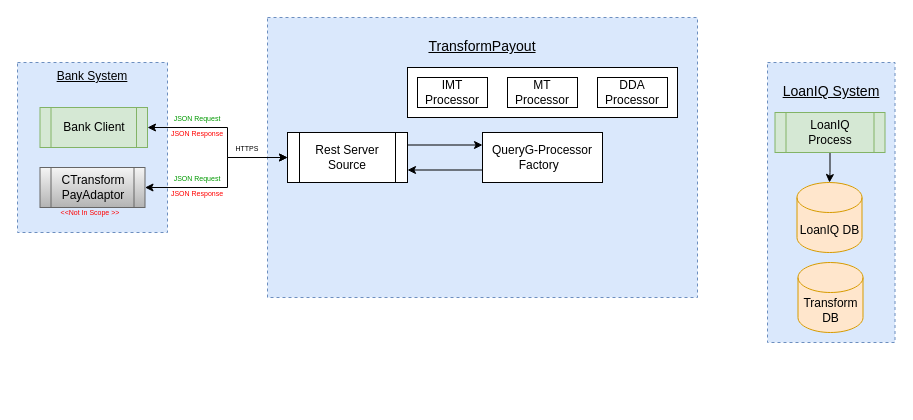
This is page "Page-5" (5 of 5) of NFR_Reliability.drawio from thrivikramarajarao/easy_test_domain, a draw.io file, before an edit. Source tidied: cells renumbered, new cells numbered last; positions are measured from the earlier drawing's top-left corner, leaving out a move shared by most shapes. Both pictures are drawn from the tidied source at 100%, with x=0, y=0 at pixel (17, 17).
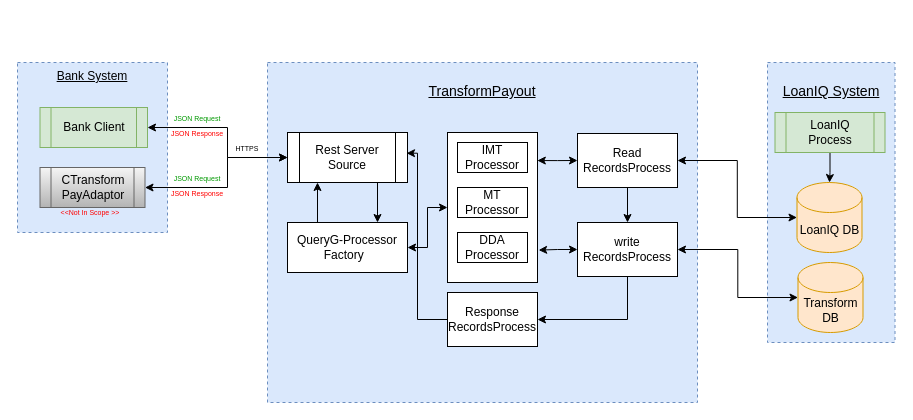
After the change.

Unchanged cells that the change refers to:
```xml
<mxCell id="7" value="LoanIQ DB" style="shape=cylinder3;whiteSpace=wrap;html=1;boundedLbl=1;backgroundOutline=1;size=15;fillColor=#ffe6cc;strokeColor=#d79b00;" parent="1" vertex="1">
  <mxGeometry x="779.5" y="165" width="65" height="70" as="geometry" />
</mxCell>
<mxCell id="8" value="Transform&lt;br&gt;DB" style="shape=cylinder3;whiteSpace=wrap;html=1;boundedLbl=1;backgroundOutline=1;size=15;fillColor=#ffe6cc;strokeColor=#d79b00;" parent="1" vertex="1">
  <mxGeometry x="780.5" y="245" width="65" height="70" as="geometry" />
</mxCell>
<mxCell id="11" value="Rest Server Source" style="shape=process;whiteSpace=wrap;html=1;backgroundOutline=1;fontFamily=Helvetica;verticalAlign=middle;" parent="1" vertex="1">
  <mxGeometry x="270" y="115" width="120" height="50" as="geometry" />
</mxCell>
```

What changed in the source:
```diff
@@
     <mxCell id="2" value="&lt;h3&gt;&lt;span style=&quot;font-weight: normal&quot;&gt;TransformPayout&lt;/span&gt;&lt;/h3&gt;" style="rounded=0;whiteSpace=wrap;html=1;fillColor=#dae8fc;strokeColor=#6c8ebf;verticalAlign=top;fontStyle=4;dashed=1;" parent="1" vertex="1">
-      <mxGeometry x="250" width="430" height="280" as="geometry" />
+      <mxGeometry x="250" y="45" width="430" height="340" as="geometry" />
     </mxCell>
+    <mxCell id="27" style="edgeStyle=orthogonalEdgeStyle;rounded=0;jettySize=auto;html=1;exitX=0.998;exitY=0.187;exitDx=0;exitDy=0;entryX=0;entryY=0.5;entryDx=0;entryDy=0;fontFamily=Helvetica;fontSize=12;fontColor=#000000;startArrow=classic;startFill=1;endArrow=classic;endFill=1;exitPerimeter=0;" parent="1" edge="1" source="3" target="31">
+      <mxGeometry relative="1" as="geometry" />
+    </mxCell>
     <mxCell id="3" style="rounded=0;whiteSpace=wrap;html=1;fontFamily=Helvetica;fontSize=12;fontColor=#000000;align=center;verticalAlign=middle;" parent="1" vertex="1">
-      <mxGeometry x="390" y="50" width="270" height="50" as="geometry" />
+      <mxGeometry x="430" y="115" width="90" height="150" as="geometry" />
     </mxCell>
@@
-    <mxCell id="9" style="edgeStyle=orthogonalEdgeStyle;rounded=0;jettySize=auto;html=1;entryX=0;entryY=0.25;entryDx=0;entryDy=0;fontFamily=Helvetica;fontSize=12;fontColor=#000000;startArrow=none;startFill=0;exitX=1;exitY=0.25;exitDx=0;exitDy=0;" parent="1" edge="1" source="11" target="23">
+    <mxCell id="9" style="edgeStyle=orthogonalEdgeStyle;rounded=0;jettySize=auto;html=1;entryX=0.75;entryY=0;entryDx=0;entryDy=0;fontFamily=Helvetica;fontSize=12;fontColor=#000000;startArrow=none;startFill=0;exitX=0.75;exitY=1;exitDx=0;exitDy=0;" parent="1" edge="1" source="11" target="23">
       <mxGeometry relative="1" as="geometry" />
     </mxCell>
-    <mxCell id="10" style="edgeStyle=orthogonalEdgeStyle;rounded=0;jettySize=auto;html=1;exitX=1;exitY=0.75;exitDx=0;exitDy=0;entryX=0;entryY=0.75;entryDx=0;entryDy=0;fontFamily=Helvetica;fontSize=12;fontColor=#000000;startArrow=classic;startFill=1;endArrow=none;endFill=0;" parent="1" edge="1" source="11" target="23">
-      <mxGeometry relative="1" as="geometry" />
+    <mxCell id="10" style="edgeStyle=orthogonalEdgeStyle;rounded=0;jettySize=auto;html=1;entryX=0.25;entryY=0;entryDx=0;entryDy=0;fontFamily=Helvetica;fontSize=12;fontColor=#000000;startArrow=classic;startFill=1;endArrow=none;endFill=0;" parent="1" edge="1" target="23">
+      <mxGeometry relative="1" as="geometry">
+        <mxPoint x="300" y="165" as="sourcePoint" />
+        <Array as="points">
+          <mxPoint x="300" y="165" />
+        </Array>
+      </mxGeometry>
     </mxCell>
@@
+    <mxCell id="28" style="edgeStyle=orthogonalEdgeStyle;rounded=0;jettySize=auto;html=1;entryX=0;entryY=0.5;entryDx=0;entryDy=0;fontFamily=Helvetica;fontSize=12;fontColor=#000000;startArrow=classic;startFill=1;endArrow=classic;endFill=1;" parent="1" edge="1" source="23" target="3">
+      <mxGeometry relative="1" as="geometry" />
+    </mxCell>
     <mxCell id="23" value="&lt;font color=&quot;#000000&quot; style=&quot;font-size: 12px&quot;&gt;QueryG-Processor Factory&amp;nbsp;&amp;nbsp;&lt;/font&gt;" style="rounded=0;whiteSpace=wrap;html=1;fontFamily=Helvetica;fontSize=12;fontColor=#009900;align=center;verticalAlign=middle;" parent="1" vertex="1">
-      <mxGeometry x="465" y="115" width="120" height="50" as="geometry" />
+      <mxGeometry x="270" y="205" width="120" height="50" as="geometry" />
     </mxCell>
     <mxCell id="24" value="&lt;font color=&quot;#000000&quot;&gt;IMT Processor&lt;/font&gt;" style="rounded=0;whiteSpace=wrap;html=1;fontFamily=Helvetica;fontSize=12;fontColor=#009900;align=center;verticalAlign=middle;" parent="1" vertex="1">
-      <mxGeometry x="400" y="60" width="70" height="30" as="geometry" />
+      <mxGeometry x="440" y="125" width="70" height="30" as="geometry" />
     </mxCell>
     <mxCell id="25" value="&lt;font color=&quot;#000000&quot;&gt;MT Processor&lt;/font&gt;" style="rounded=0;whiteSpace=wrap;html=1;fontFamily=Helvetica;fontSize=12;fontColor=#009900;align=center;verticalAlign=middle;" parent="1" vertex="1">
-      <mxGeometry x="490" y="60" width="70" height="30" as="geometry" />
+      <mxGeometry x="440" y="170" width="70" height="30" as="geometry" />
     </mxCell>
     <mxCell id="26" value="&lt;font color=&quot;#000000&quot;&gt;DDA Processor&lt;/font&gt;" style="rounded=0;whiteSpace=wrap;html=1;fontFamily=Helvetica;fontSize=12;fontColor=#009900;align=center;verticalAlign=middle;" parent="1" vertex="1">
-      <mxGeometry x="580" y="60" width="70" height="30" as="geometry" />
+      <mxGeometry x="440" y="215" width="70" height="30" as="geometry" />
     </mxCell>
+    <mxCell id="29" style="edgeStyle=orthogonalEdgeStyle;rounded=0;jettySize=auto;html=1;fontFamily=Helvetica;fontSize=12;fontColor=#000000;startArrow=classic;startFill=1;endArrow=classic;endFill=1;" parent="1" edge="1" source="31" target="7">
+      <mxGeometry relative="1" as="geometry" />
+    </mxCell>
+    <mxCell id="30" style="edgeStyle=orthogonalEdgeStyle;rounded=0;jettySize=auto;html=1;entryX=0.5;entryY=0;entryDx=0;entryDy=0;fontFamily=Helvetica;fontSize=12;fontColor=#000000;startArrow=none;startFill=0;endArrow=classic;endFill=1;" parent="1" edge="1" source="31" target="35">
+      <mxGeometry relative="1" as="geometry" />
+    </mxCell>
+    <mxCell id="31" value="&lt;font color=&quot;#000000&quot;&gt;Read&lt;br&gt;RecordsProcess&lt;/font&gt;" style="rounded=0;whiteSpace=wrap;html=1;fontFamily=Helvetica;fontSize=12;fontColor=#009900;align=center;verticalAlign=middle;" parent="1" vertex="1">
+      <mxGeometry x="560" y="116" width="100" height="54" as="geometry" />
+    </mxCell>
+    <mxCell id="32" style="edgeStyle=orthogonalEdgeStyle;rounded=0;jettySize=auto;html=1;entryX=0;entryY=0.5;entryDx=0;entryDy=0;entryPerimeter=0;fontFamily=Helvetica;fontSize=12;fontColor=#000000;startArrow=classic;startFill=1;endArrow=classic;endFill=1;" parent="1" edge="1" source="35" target="8">
+      <mxGeometry relative="1" as="geometry" />
+    </mxCell>
+    <mxCell id="33" style="edgeStyle=orthogonalEdgeStyle;rounded=0;jettySize=auto;html=1;entryX=1.013;entryY=0.784;entryDx=0;entryDy=0;entryPerimeter=0;fontFamily=Helvetica;fontSize=12;fontColor=#000000;startArrow=classic;startFill=1;endArrow=classic;endFill=1;" parent="1" edge="1" source="35" target="3">
+      <mxGeometry relative="1" as="geometry" />
+    </mxCell>
+    <mxCell id="34" style="edgeStyle=orthogonalEdgeStyle;rounded=0;jettySize=auto;html=1;entryX=1;entryY=0.5;entryDx=0;entryDy=0;fontFamily=Helvetica;fontSize=12;fontColor=#000000;startArrow=none;startFill=0;endArrow=classic;endFill=1;exitX=0.5;exitY=1;exitDx=0;exitDy=0;" parent="1" edge="1" source="35" target="37">
+      <mxGeometry relative="1" as="geometry" />
+    </mxCell>
+    <mxCell id="35" value="&lt;font color=&quot;#000000&quot;&gt;write&lt;br&gt;RecordsProcess&lt;/font&gt;" style="rounded=0;whiteSpace=wrap;html=1;fontFamily=Helvetica;fontSize=12;fontColor=#009900;align=center;verticalAlign=middle;" parent="1" vertex="1">
+      <mxGeometry x="560" y="205" width="100" height="54" as="geometry" />
+    </mxCell>
+    <mxCell id="36" style="edgeStyle=orthogonalEdgeStyle;rounded=0;jettySize=auto;html=1;entryX=0.992;entryY=0.414;entryDx=0;entryDy=0;entryPerimeter=0;fontFamily=Helvetica;fontSize=12;fontColor=#000000;startArrow=none;startFill=0;endArrow=classic;endFill=1;" parent="1" edge="1" source="37" target="11">
+      <mxGeometry relative="1" as="geometry">
+        <Array as="points">
+          <mxPoint x="400" y="302" />
+          <mxPoint x="400" y="136" />
+        </Array>
+      </mxGeometry>
+    </mxCell>
+    <mxCell id="37" value="&lt;font color=&quot;#000000&quot;&gt;Response&lt;br&gt;RecordsProcess&lt;/font&gt;" style="rounded=0;whiteSpace=wrap;html=1;fontFamily=Helvetica;fontSize=12;fontColor=#009900;align=center;verticalAlign=middle;" parent="1" vertex="1">
+      <mxGeometry x="430" y="275" width="90" height="54" as="geometry" />
+    </mxCell>
```
